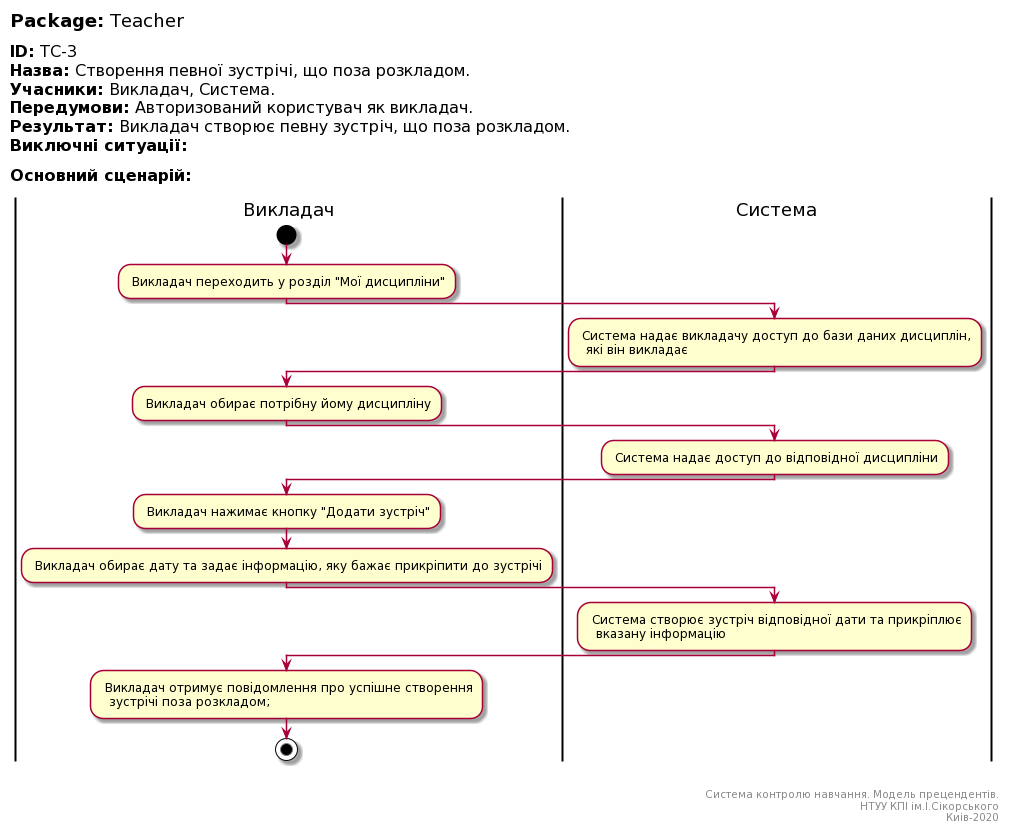
This is docs/UML_Diagrams/scenarios/teacher/create_meeting.png from Koroliuk/TeamOne, a PlantUML export, as it was before one commit. The source it was exported from:
```plantuml
@startuml
left header
<font color=000 size=18><b>Package:</b> Teacher

<font color=000 size=16><b>ID:</b> TC-3
<font color=000 size=16><b>Назва:</b> Cтворення певної зустрічі, що поза розкладом.
<font color=000 size=16><b>Учасники:</b> Викладач, Система.
<font color=000 size=16><b>Передумови:</b> Авторизований користувач як викладач.
<font color=000 size=16><b>Результат:</b> Викладач створює певну зустріч, що поза розкладом.
<font color=000 size=16><b>Виключні ситуації:</b>

<font color=000 size=16><b>Основний сценарій:</b>

end header

|Викладач|
start
: Викладач переходить у розділ "Мої дисципліни";

|Система|
: Система надає викладачу доступ до бази даних дисциплін,
  які він викладає;

|Викладач|
: Викладач обирає потрібну йому дисципліну;

|Система|
: Система надає доступ до відповідної дисципліни;

|Викладач|
: Викладач нажимає кнопку "Додати зустріч";

: Викладач обирає дату та задає інформацію, яку бажає прикріпити до зустрічі;

|Система|
: Система створює зустріч відповідної дати та прикріплює
  вказану інформацію;

|Викладач|
: Викладач отримує повідомлення про успішне створення
  зустрічі поза розкладом;

stop;

right footer


Система контролю навчання. Модель прецендентів.
НТУУ КПІ ім.І.Сікорського
Киів-2020
end footer
@enduml
```
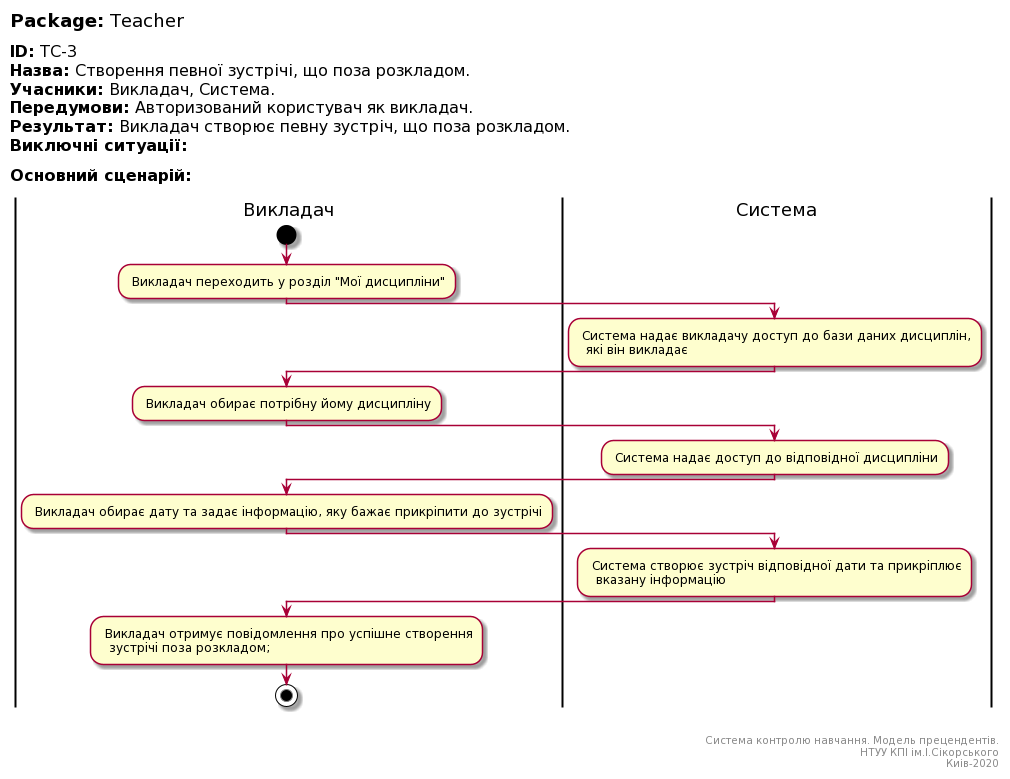
After the commit.

Commit message:
update teacher uml

What changed in the source:
```diff
@@ -28,7 +28,6 @@
 : Система надає доступ до відповідної дисципліни;
 
 |Викладач|
-: Викладач нажимає кнопку "Додати зустріч";
 
 : Викладач обирає дату та задає інформацію, яку бажає прикріпити до зустрічі;
 
```
